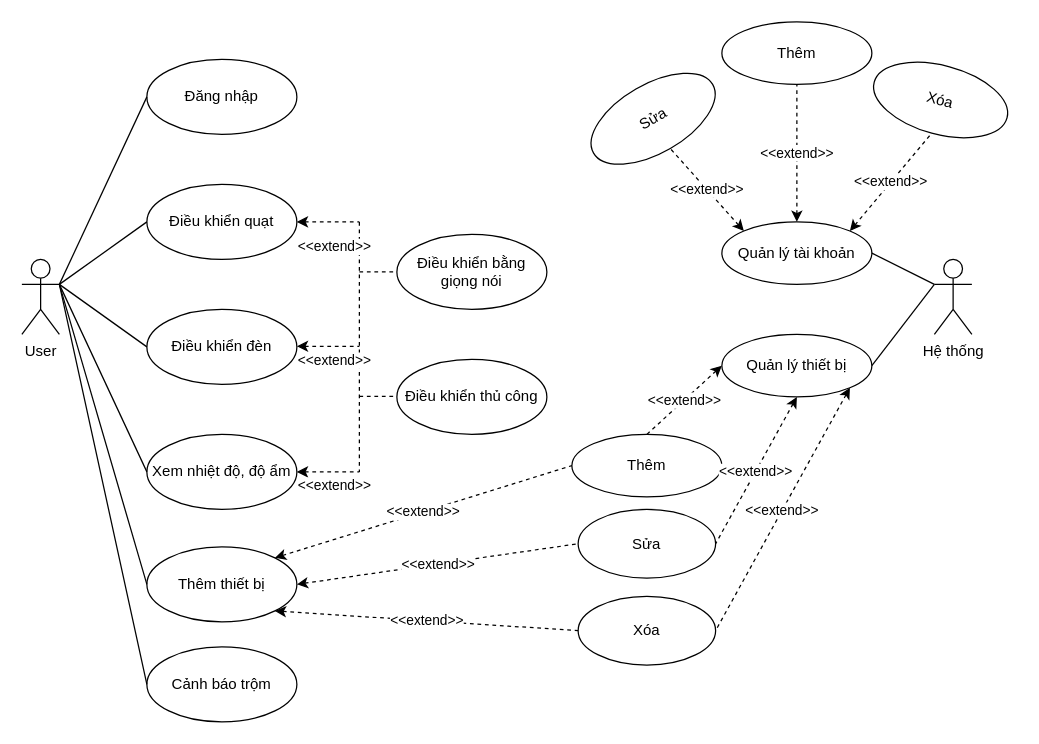
The draw.io diagram Biểu đồ không có tiêu đề.drawio in dinhvan2/diagrams, before the edit. Source tidied: cells renumbered, new cells numbered last; positions are measured from the earlier drawing's top-left corner, leaving out a move shared by most shapes. Both pictures are drawn from the tidied source at 125%, with x=0, y=0 at pixel (21, 21).
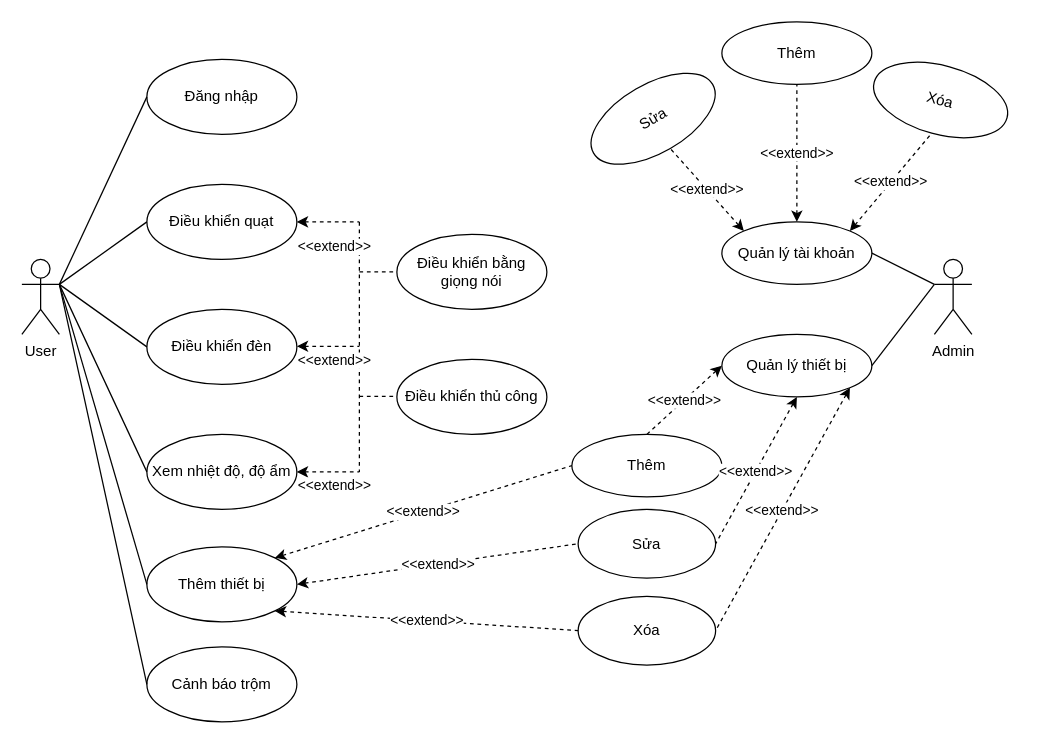
The same diagram, later.

What changed in the source:
```diff
@@
-    <mxCell id="5" value="Hệ thống" style="shape=umlActor;verticalLabelPosition=bottom;verticalAlign=top;html=1;outlineConnect=0;" parent="1" vertex="1">
+    <mxCell id="5" value="Admin" style="shape=umlActor;verticalLabelPosition=bottom;verticalAlign=top;html=1;outlineConnect=0;" parent="1" vertex="1">
       <mxGeometry x="730" y="190" width="30" height="60" as="geometry" />
     </mxCell>
```
